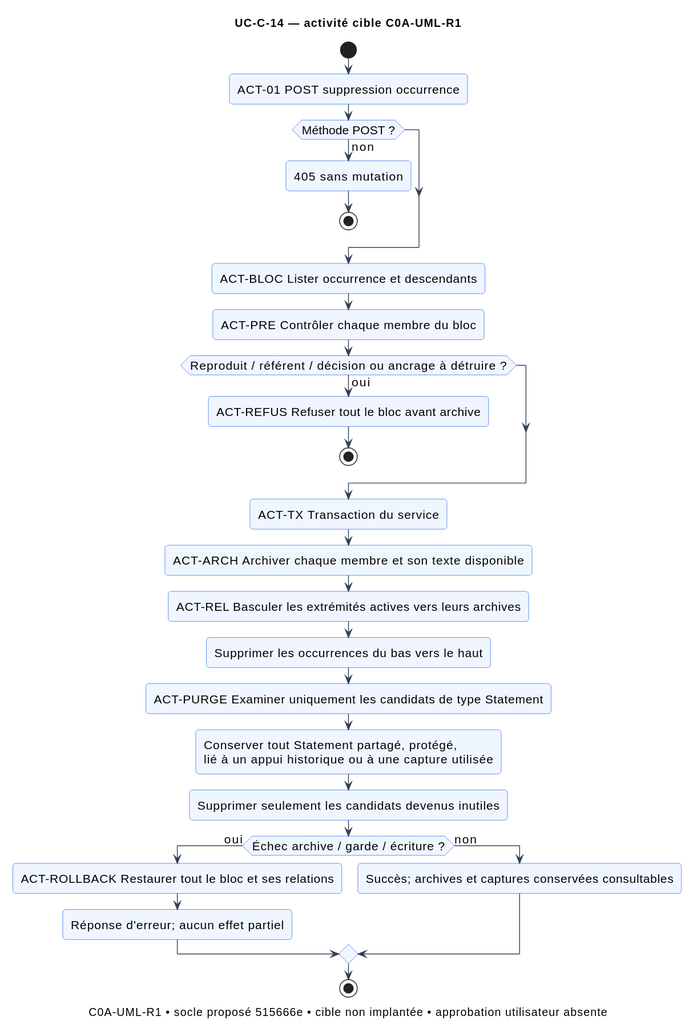
Before: docs/architecture_c/use_cases/UC-C-14/activity.svg, a diagram exported from PlantUML (LPDavidbdeb/court).
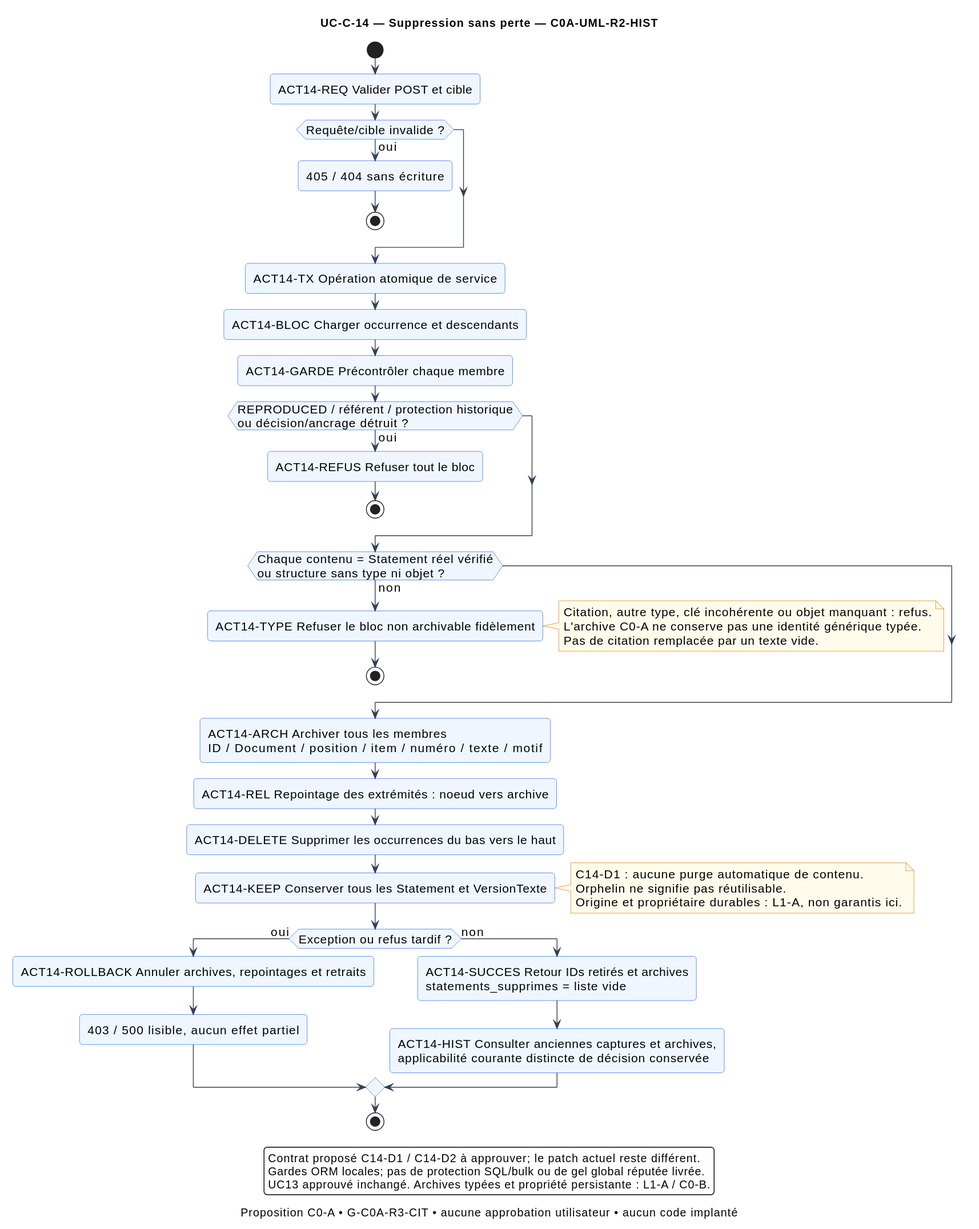
The same file after the commit.

Diff of the diagram source:
```diff
@@ -1,31 +1,49 @@
 @startuml
 !include ../../modele_global/style.iuml
-title UC-C-14 — activité cible C0A-UML-R1
-caption C0A-UML-R1 • socle proposé 515666e • cible non implantée • approbation utilisateur absente
+title UC-C-14 — Suppression sans perte — C0A-UML-R2-HIST
+caption Proposition C0-A • G-C0A-R3-CIT • aucune approbation utilisateur • aucun code implanté
 start
-:ACT-01 POST suppression occurrence;
-if (Méthode POST ?) then (non)
-  :405 sans mutation;
+:ACT14-REQ Valider POST et cible;
+if (Requête/cible invalide ?) then (oui)
+  :405 / 404 sans écriture;
   stop
 endif
-:ACT-BLOC Lister occurrence et descendants;
-:ACT-PRE Contrôler chaque membre du bloc;
-if (Reproduit / référent / décision ou ancrage à détruire ?) then (oui)
-  :ACT-REFUS Refuser tout le bloc avant archive;
+:ACT14-TX Opération atomique de service;
+:ACT14-BLOC Charger occurrence et descendants;
+:ACT14-GARDE Précontrôler chaque membre;
+if (REPRODUCED / référent / protection historique\nou décision/ancrage détruit ?) then (oui)
+  :ACT14-REFUS Refuser tout le bloc;
   stop
 endif
-:ACT-TX Transaction du service;
-:ACT-ARCH Archiver chaque membre et son texte disponible;
-:ACT-REL Basculer les extrémités actives vers leurs archives;
-:Supprimer les occurrences du bas vers le haut;
-:ACT-PURGE Examiner uniquement les candidats de type Statement;
-:Conserver tout Statement partagé, protégé,\nlié à un appui historique ou à une capture utilisée;
-:Supprimer seulement les candidats devenus inutiles;
-if (Échec archive / garde / écriture ?) then (oui)
-  :ACT-ROLLBACK Restaurer tout le bloc et ses relations;
-  :Réponse d'erreur; aucun effet partiel;
+if (Chaque contenu = Statement réel vérifié\nou structure sans type ni objet ?) then (non)
+  :ACT14-TYPE Refuser le bloc non archivable fidèlement;
+  note right
+    Citation, autre type, clé incohérente ou objet manquant : refus.
+    L'archive C0-A ne conserve pas une identité générique typée.
+    Pas de citation remplacée par un texte vide.
+  end note
+  stop
+endif
+:ACT14-ARCH Archiver tous les membres\nID / Document / position / item / numéro / texte / motif;
+:ACT14-REL Repointage des extrémités : noeud vers archive;
+:ACT14-DELETE Supprimer les occurrences du bas vers le haut;
+:ACT14-KEEP Conserver tous les Statement et VersionTexte;
+note right
+  C14-D1 : aucune purge automatique de contenu.
+  Orphelin ne signifie pas réutilisable.
+  Origine et propriétaire durables : L1-A, non garantis ici.
+end note
+if (Exception ou refus tardif ?) then (oui)
+  :ACT14-ROLLBACK Annuler archives, repointages et retraits;
+  :403 / 500 lisible, aucun effet partiel;
 else (non)
-  :Succès; archives et captures conservées consultables;
+  :ACT14-SUCCES Retour IDs retirés et archives\nstatements_supprimes = liste vide;
+  :ACT14-HIST Consulter anciennes captures et archives,\napplicabilité courante distincte de décision conservée;
 endif
 stop
+legend bottom
+Contrat proposé C14-D1 / C14-D2 à approuver; le patch actuel reste différent.
+Gardes ORM locales; pas de protection SQL/bulk ou de gel global réputée livrée.
+UC13 approuvé inchangé. Archives typées et propriété persistante : L1-A / C0-B.
+endlegend
 @enduml
```
